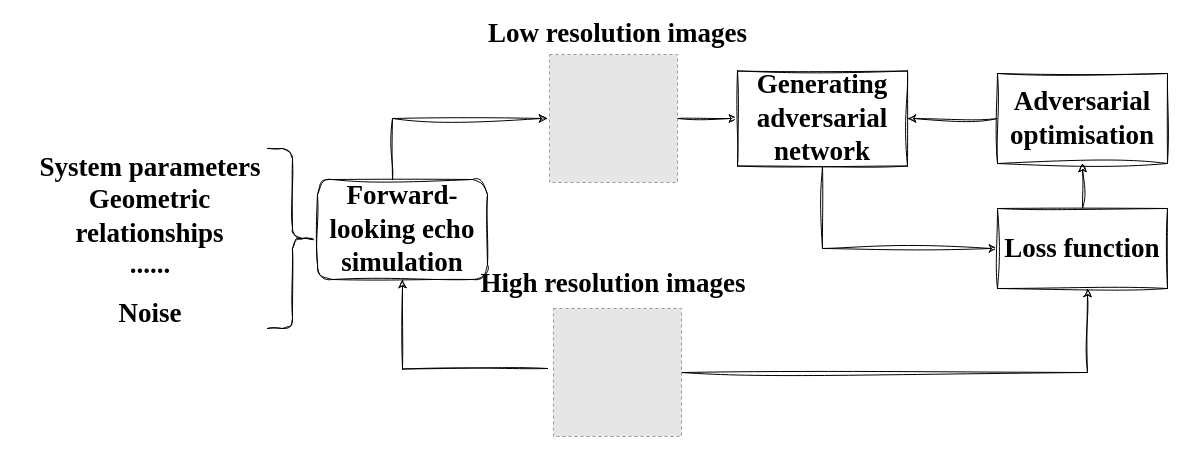
Earlier version of the draw.io diagram dataprocess.drawio (LFNing/General). Source tidied: cells renumbered, new cells numbered last; positions are measured from the earlier drawing's top-left corner, leaving out a move shared by most shapes. Both pictures are drawn from the tidied source at 100%, with x=0, y=0 at pixel (17, 18). Pictures stored in the file or linked from it are replaced by grey dashed boxes.
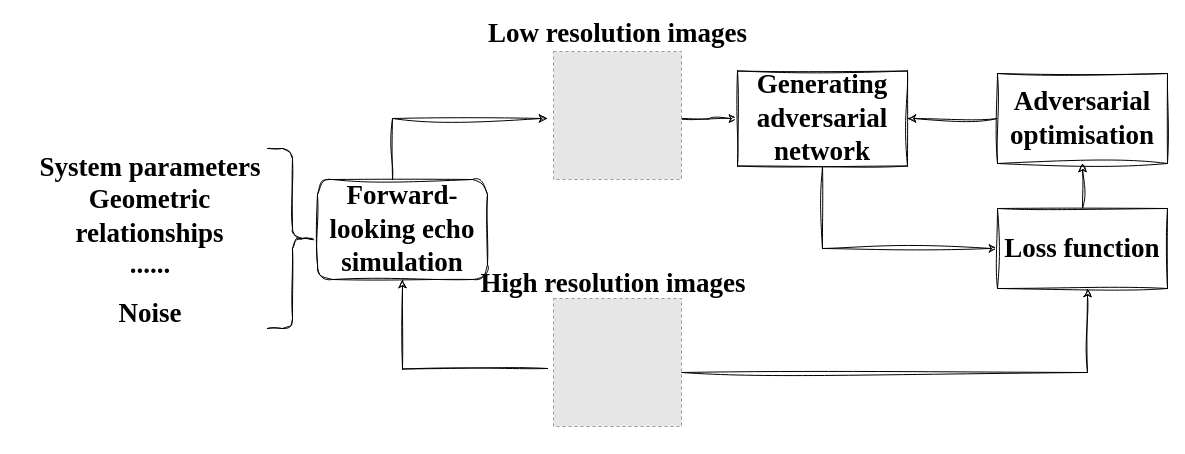
Above is the later version.

The change refers to these unchanged cells:
```xml
<mxCell id="8" value="&lt;font face=&quot;Times New Roman&quot; style=&quot;font-size: 27px;&quot;&gt;Generating adversarial network&lt;/font&gt;" style="rounded=0;whiteSpace=wrap;html=1;sketch=1;hachureGap=4;jiggle=2;curveFitting=1;fontFamily=Architects Daughter;fontSize=27;fontStyle=1;spacing=1;spacingTop=0;spacingBottom=0;" parent="1" vertex="1">
  <mxGeometry x="720" y="52.5" width="170" height="95" as="geometry" />
</mxCell>
<mxCell id="10" value="&lt;font face=&quot;Times New Roman&quot; style=&quot;font-size: 27px;&quot;&gt;Loss function&lt;/font&gt;" style="rounded=0;whiteSpace=wrap;html=1;sketch=1;hachureGap=4;jiggle=2;curveFitting=1;fontFamily=Architects Daughter;fontSize=27;fontStyle=1;spacing=1;spacingTop=0;spacingBottom=0;" parent="1" vertex="1">
  <mxGeometry x="980" y="190" width="170" height="80" as="geometry" />
</mxCell>
```

Diff of the diagram source:
```diff
@@
-    <mxCell id="4" style="edgeStyle=orthogonalEdgeStyle;rounded=0;sketch=1;hachureGap=4;jiggle=2;curveFitting=1;jettySize=auto;html=1;entryX=0;entryY=0.5;entryDx=0;entryDy=0;fontFamily=Architects Daughter;fontSize=27;fontStyle=1;spacing=1;spacingTop=0;spacingBottom=0;" parent="1" edge="1" source="16" target="8">
-      <mxGeometry relative="1" as="geometry" />
+    <mxCell id="4" style="edgeStyle=orthogonalEdgeStyle;rounded=0;sketch=1;hachureGap=4;jiggle=2;curveFitting=1;jettySize=auto;html=1;entryX=0;entryY=0.5;entryDx=0;entryDy=0;fontFamily=Architects Daughter;fontSize=27;fontStyle=1;spacing=1;spacingTop=0;spacingBottom=0;" parent="1" edge="1" target="8">
+      <mxGeometry relative="1" as="geometry">
+        <mxPoint x="660" y="100" as="sourcePoint" />
+      </mxGeometry>
     </mxCell>
@@
-    <mxCell id="6" style="edgeStyle=orthogonalEdgeStyle;rounded=0;sketch=1;hachureGap=4;jiggle=2;curveFitting=1;jettySize=auto;html=1;fontFamily=Architects Daughter;fontSize=27;exitX=1;exitY=0.5;exitDx=0;exitDy=0;fontStyle=1;spacing=1;spacingTop=0;spacingBottom=0;" parent="1" edge="1" source="15" target="10">
+    <mxCell id="6" style="edgeStyle=orthogonalEdgeStyle;rounded=0;sketch=1;hachureGap=4;jiggle=2;curveFitting=1;jettySize=auto;html=1;fontFamily=Architects Daughter;fontSize=27;exitX=1;exitY=0.5;exitDx=0;exitDy=0;fontStyle=1;spacing=1;spacingTop=0;spacingBottom=0;" parent="1" edge="1" target="10">
       <mxGeometry relative="1" as="geometry">
+        <mxPoint x="664" y="354" as="sourcePoint" />
         <Array as="points">
           <mxPoint x="1070" y="354" />
         </Array>
       </mxGeometry>
     </mxCell>
@@
-    <mxCell id="15" style="fillColor=#E6E6E6;strokeColor=#999999;dashed=1;verticalLabelPosition=bottom;labelBackgroundColor=default;verticalAlign=top;fontStyle=1;fontSize=27;spacing=1;spacingTop=0;spacingBottom=0;" parent="1" vertex="1">
-      <mxGeometry x="536" y="290" width="128" height="128" as="geometry" />
-    </mxCell>
-    <mxCell id="16" style="fillColor=#E6E6E6;strokeColor=#999999;dashed=1;verticalLabelPosition=bottom;labelBackgroundColor=default;verticalAlign=top;fontStyle=1;fontSize=27;spacing=1;spacingTop=0;spacingBottom=0;" parent="1" vertex="1">
-      <mxGeometry x="532" y="36" width="128" height="128" as="geometry" />
-    </mxCell>
@@
+    <mxCell id="22" style="fillColor=#E6E6E6;strokeColor=#999999;dashed=1;verticalLabelPosition=bottom;labelBackgroundColor=default;verticalAlign=top;" parent="1" vertex="1">
+      <mxGeometry x="536" y="33" width="128" height="128" as="geometry" />
+    </mxCell>
+    <mxCell id="23" style="fillColor=#E6E6E6;strokeColor=#999999;dashed=1;verticalLabelPosition=bottom;labelBackgroundColor=default;verticalAlign=top;" parent="1" vertex="1">
+      <mxGeometry x="536" y="280" width="128" height="128" as="geometry" />
+    </mxCell>
```
